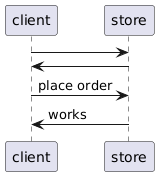
Above: results/seq_diagram_ver_1.png in taraneh2abd/compiler-project (PlantUML), before the change.
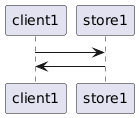
After the change.

Diff of the diagram source:
```diff
@@ -1,8 +1,6 @@
 @startuml
-participant client
-participant store
-client -> store
-store -> client
-client -> store : place order
-store -> client : works
+participant client1
+participant store1
+client1 -> store1
+store1 -> client1
 @enduml
```
